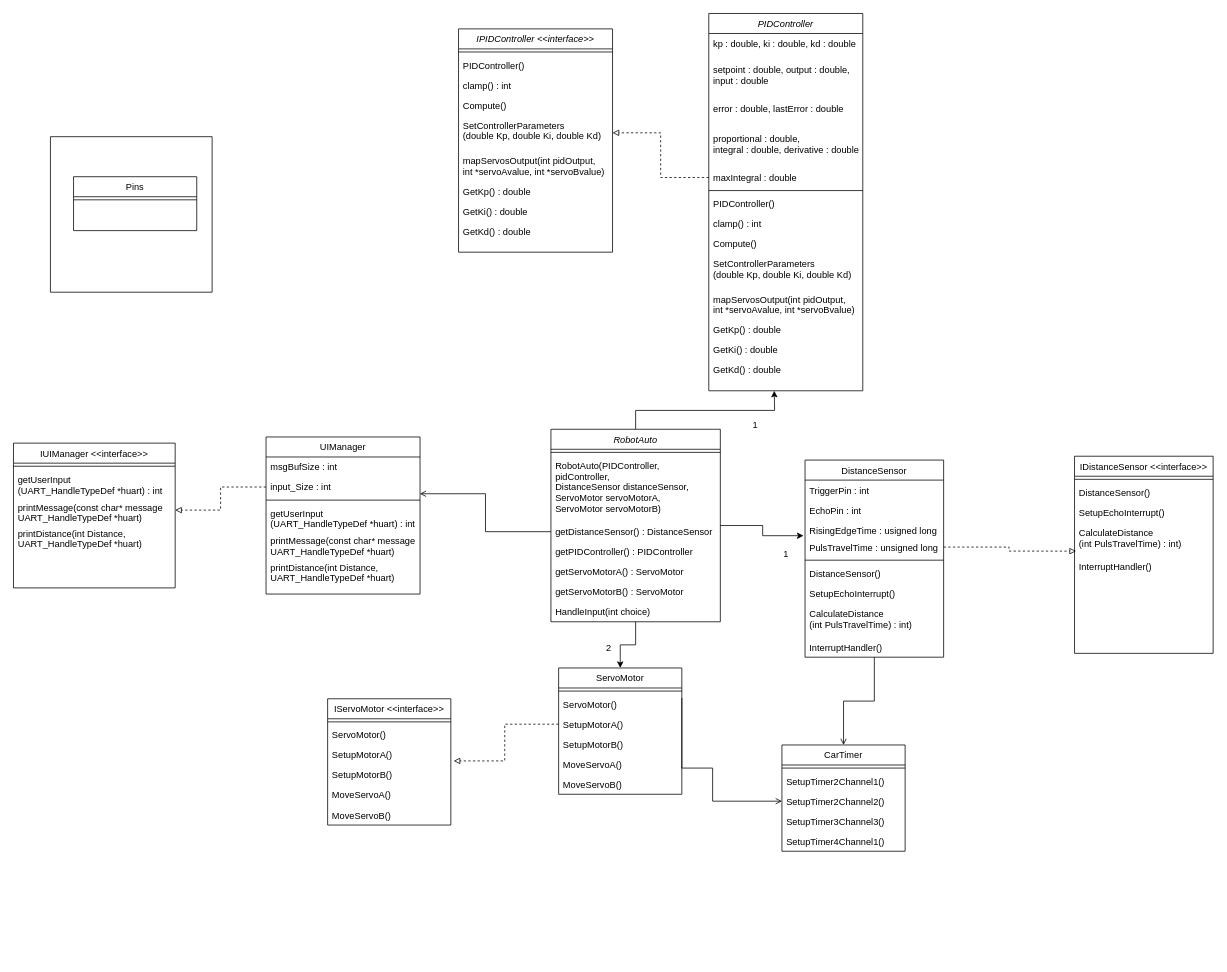
Above: Embedded systems/Closed loop challenge/Closed Loop abstractielaag klassendiagram.drawio in TiemonS/Tiemon-Steeghs-Semester-3-Repository (draw.io), before the change. Source tidied: cells renumbered, new cells numbered last; positions are measured from the earlier drawing's top-left corner, leaving out a move shared by most shapes. Both pictures are drawn from the tidied source at 77%, with x=0, y=0 at pixel (13, 13).
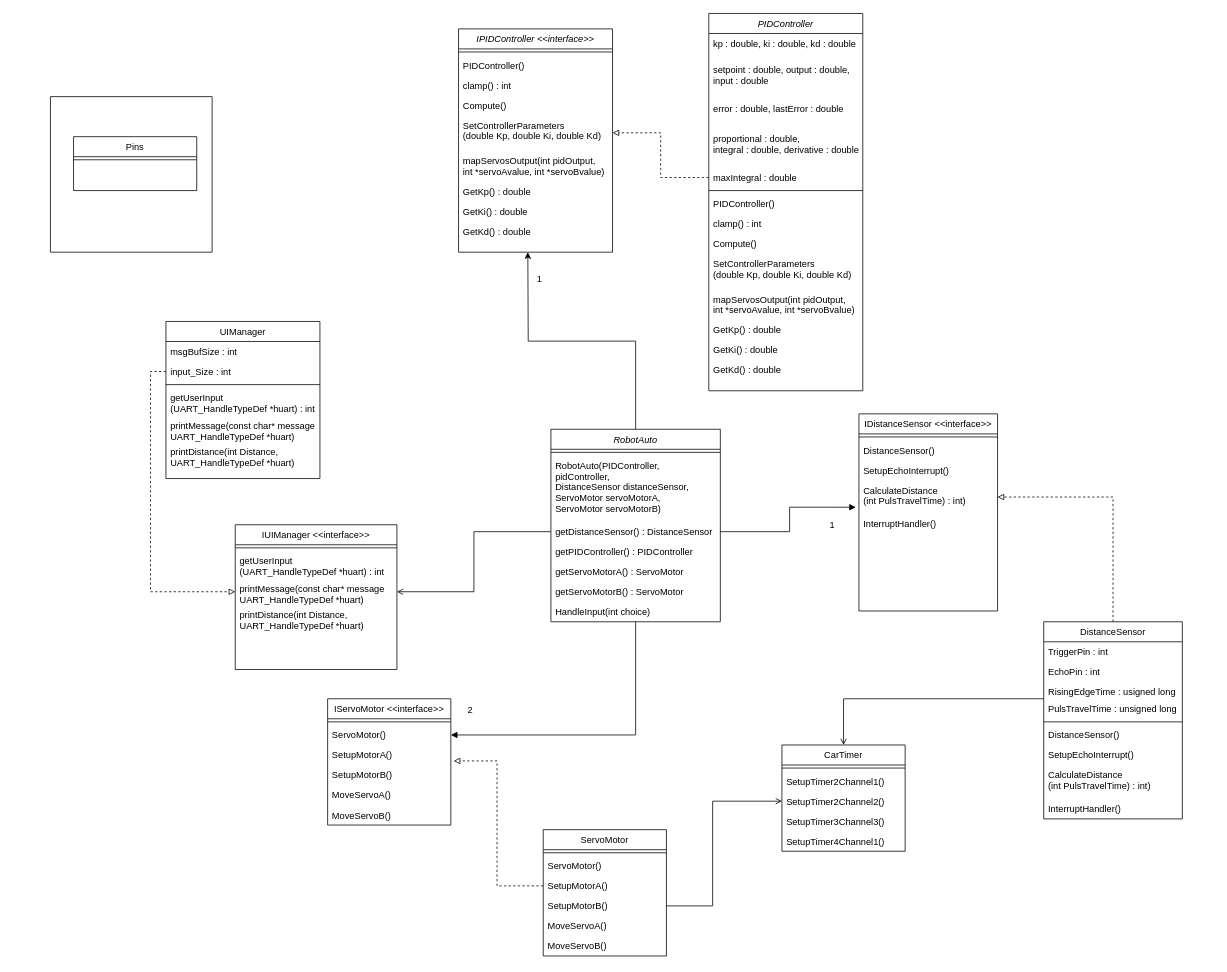
Above is the later version.

The change refers to these unchanged cells:
```xml
<mxCell id="21" value="SetupMotorB()" style="text;align=left;verticalAlign=top;spacingLeft=4;spacingRight=4;overflow=hidden;points=[[0,0.5],[1,0.5]];portConstraint=eastwest;" parent="17" vertex="1">
  <mxGeometry y="86" width="160" height="26" as="geometry" />
</mxCell>
<mxCell id="24" value="CarTimer" style="swimlane;fontStyle=0;align=center;verticalAlign=top;horizontal=1;startSize=26;rounded=0;shadow=0;strokeWidth=1;" parent="1" vertex="1">
  <mxGeometry x="998" y="950" width="160" height="138" as="geometry" />
</mxCell>
<mxCell id="27" value="SetupTimer2Channel2()" style="text;align=left;verticalAlign=top;spacingLeft=4;spacingRight=4;overflow=hidden;points=[[0,0.5],[1,0.5]];portConstraint=eastwest;" parent="24" vertex="1">
  <mxGeometry y="60" width="160" height="26" as="geometry" />
</mxCell>
<mxCell id="35" value="PulsTravelTime : unsigned long" style="text;align=left;verticalAlign=top;spacingLeft=4;spacingRight=4;overflow=hidden;points=[[0,0.5],[1,0.5]];portConstraint=eastwest;rounded=0;shadow=0;html=0;" parent="31" vertex="1">
  <mxGeometry y="100" width="180" height="26" as="geometry" />
</mxCell>
<mxCell id="44" value="input_Size : int" style="text;align=left;verticalAlign=top;spacingLeft=4;spacingRight=4;overflow=hidden;points=[[0,0.5],[1,0.5]];portConstraint=eastwest;rounded=0;shadow=0;html=0;" parent="42" vertex="1">
  <mxGeometry y="52" width="200" height="26" as="geometry" />
</mxCell>
<mxCell id="51" value="RobotAuto" style="swimlane;fontStyle=2;align=center;verticalAlign=top;horizontal=1;startSize=26;rounded=0;shadow=0;strokeWidth=1;" parent="1" vertex="1">
  <mxGeometry x="698" y="540" width="220" height="250" as="geometry" />
</mxCell>
<mxCell id="54" value="getDistanceSensor() : DistanceSensor" style="text;align=left;verticalAlign=top;spacingLeft=4;spacingRight=4;overflow=hidden;points=[[0,0.5],[1,0.5]];portConstraint=eastwest;fontStyle=0;" parent="51" vertex="1">
  <mxGeometry y="120" width="220" height="26" as="geometry" />
</mxCell>
<mxCell id="66" value="printMessage(const char* message&#10;UART_HandleTypeDef *huart)" style="text;align=left;verticalAlign=top;spacingLeft=4;spacingRight=4;overflow=hidden;points=[[0,0.5],[1,0.5]];portConstraint=eastwest;" parent="63" vertex="1">
  <mxGeometry y="70" width="210" height="34" as="geometry" />
</mxCell>
<mxCell id="82" value="ServoMotor()" style="text;align=left;verticalAlign=top;spacingLeft=4;spacingRight=4;overflow=hidden;points=[[0,0.5],[1,0.5]];portConstraint=eastwest;fontStyle=0;" parent="80" vertex="1">
  <mxGeometry y="34" width="160" height="26" as="geometry" />
</mxCell>
<mxCell id="92" value="CalculateDistance&#10;(int PulsTravelTime) : int)" style="text;align=left;verticalAlign=top;spacingLeft=4;spacingRight=4;overflow=hidden;points=[[0,0.5],[1,0.5]];portConstraint=eastwest;" parent="88" vertex="1">
  <mxGeometry y="86" width="180" height="44" as="geometry" />
</mxCell>
<mxCell id="93" value="InterruptHandler()" style="text;align=left;verticalAlign=top;spacingLeft=4;spacingRight=4;overflow=hidden;points=[[0,0.5],[1,0.5]];portConstraint=eastwest;" parent="88" vertex="1">
  <mxGeometry y="130" width="180" height="26" as="geometry" />
</mxCell>
```

Diff of the diagram source:
```diff
@@
     <mxCell id="17" value="ServoMotor" style="swimlane;fontStyle=0;align=center;verticalAlign=top;horizontal=1;startSize=26;rounded=0;shadow=0;strokeWidth=1;" parent="1" vertex="1">
-      <mxGeometry x="708" y="850" width="160" height="164" as="geometry" />
+      <mxGeometry x="688" y="1060" width="160" height="164" as="geometry" />
     </mxCell>
@@
     <mxCell id="30" style="edgeStyle=orthogonalEdgeStyle;rounded=0;jettySize=auto;html=1;entryX=0.5;entryY=0;entryDx=0;entryDy=0;endArrow=open;endFill=0;" parent="1" edge="1" source="31" target="24">
-      <mxGeometry relative="1" as="geometry" />
+      <mxGeometry relative="1" as="geometry">
+        <Array as="points">
+          <mxPoint x="1078" y="890" />
+        </Array>
+      </mxGeometry>
     </mxCell>
     <mxCell id="31" value="DistanceSensor" style="swimlane;fontStyle=0;align=center;verticalAlign=top;horizontal=1;startSize=26;rounded=0;shadow=0;strokeWidth=1;" parent="1" vertex="1">
-      <mxGeometry x="1028" y="580" width="180" height="256" as="geometry" />
+      <mxGeometry x="1338" y="790" width="180" height="256" as="geometry" />
     </mxCell>
@@
-    <mxCell id="41" style="edgeStyle=orthogonalEdgeStyle;rounded=0;jettySize=auto;html=1;exitX=1;exitY=0.5;exitDx=0;exitDy=0;entryX=0;entryY=0.5;entryDx=0;entryDy=0;endArrow=open;endFill=0;" parent="1" edge="1" target="27">
+    <mxCell id="41" style="edgeStyle=orthogonalEdgeStyle;rounded=0;jettySize=auto;html=1;exitX=1;exitY=0.5;exitDx=0;exitDy=0;entryX=0;entryY=0.5;entryDx=0;entryDy=0;endArrow=open;endFill=0;" parent="1" edge="1" source="21" target="27">
       <mxGeometry relative="1" as="geometry">
-        <mxPoint x="868" y="889" as="sourcePoint" />
         <Array as="points">
-          <mxPoint x="868" y="980" />
-          <mxPoint x="908" y="980" />
+          <mxPoint x="908" y="1159" />
           <mxPoint x="908" y="1023" />
         </Array>
       </mxGeometry>
     </mxCell>
     <mxCell id="42" value="UIManager" style="swimlane;fontStyle=0;align=center;verticalAlign=top;horizontal=1;startSize=26;rounded=0;shadow=0;strokeWidth=1;" parent="1" vertex="1">
-      <mxGeometry x="328" y="550" width="200" height="204" as="geometry" />
+      <mxGeometry x="198" y="400" width="200" height="204" as="geometry" />
     </mxCell>
@@
     <mxCell id="49" style="edgeStyle=orthogonalEdgeStyle;rounded=0;jettySize=auto;html=1;exitX=0.5;exitY=0;exitDx=0;exitDy=0;" parent="1" edge="1" source="51">
       <mxGeometry relative="1" as="geometry">
-        <mxPoint x="988" y="490" as="targetPoint" />
+        <mxPoint x="668" y="310" as="targetPoint" />
       </mxGeometry>
     </mxCell>
-    <mxCell id="50" style="edgeStyle=orthogonalEdgeStyle;rounded=0;jettySize=auto;html=1;entryX=0.5;entryY=0;entryDx=0;entryDy=0;" parent="1" edge="1" source="51" target="17">
-      <mxGeometry relative="1" as="geometry" />
-    </mxCell>
+    <mxCell id="99" style="edgeStyle=orthogonalEdgeStyle;rounded=0;jettySize=auto;html=1;entryX=1;entryY=0.5;entryDx=0;entryDy=0;endArrow=block;endFill=1;" parent="1" edge="1" source="51" target="82">
+      <mxGeometry relative="1" as="geometry" />
+    </mxCell>
@@
-    <mxCell id="59" style="edgeStyle=orthogonalEdgeStyle;rounded=0;jettySize=auto;html=1;exitX=1;exitY=0.5;exitDx=0;exitDy=0;entryX=-0.011;entryY=-0.069;entryDx=0;entryDy=0;entryPerimeter=0;" parent="1" edge="1" source="51" target="35">
-      <mxGeometry relative="1" as="geometry" />
-    </mxCell>
     <mxCell id="60" value="2" style="text;html=1;align=center;verticalAlign=middle;strokeColor=none;fillColor=none;" parent="1" vertex="1">
-      <mxGeometry x="758" y="810" width="30" height="30" as="geometry" />
+      <mxGeometry x="578" y="890" width="30" height="30" as="geometry" />
     </mxCell>
     <mxCell id="61" value="1" style="text;html=1;align=center;verticalAlign=middle;strokeColor=none;fillColor=none;" parent="1" vertex="1">
-      <mxGeometry x="988" y="688" width="30" height="30" as="geometry" />
+      <mxGeometry x="1048" y="650" width="30" height="30" as="geometry" />
     </mxCell>
     <mxCell id="62" value="1" style="text;html=1;align=center;verticalAlign=middle;strokeColor=none;fillColor=none;" parent="1" vertex="1">
-      <mxGeometry x="948" y="520" width="30" height="30" as="geometry" />
+      <mxGeometry x="668" y="330" width="30" height="30" as="geometry" />
     </mxCell>
     <mxCell id="63" value="IUIManager &lt;&lt;interface&gt;&gt;" style="swimlane;fontStyle=0;align=center;verticalAlign=top;horizontal=1;startSize=26;rounded=0;shadow=0;strokeWidth=1;" parent="1" vertex="1">
-      <mxGeometry y="558" width="210" height="188" as="geometry" />
+      <mxGeometry x="288" y="664" width="210" height="188" as="geometry" />
     </mxCell>
@@
-    <mxCell id="68" style="edgeStyle=orthogonalEdgeStyle;rounded=0;jettySize=auto;html=1;exitX=0;exitY=0.5;exitDx=0;exitDy=0;entryX=1;entryY=0.5;entryDx=0;entryDy=0;dashed=1;endArrow=block;endFill=0;" parent="1" edge="1" source="44" target="66">
+    <mxCell id="68" style="edgeStyle=orthogonalEdgeStyle;rounded=0;jettySize=auto;html=1;exitX=0;exitY=0.5;exitDx=0;exitDy=0;entryX=0;entryY=0.5;entryDx=0;entryDy=0;dashed=1;endArrow=block;endFill=0;" parent="1" edge="1" source="44" target="66">
       <mxGeometry relative="1" as="geometry" />
     </mxCell>
@@
     <mxCell id="88" value="IDistanceSensor &lt;&lt;interface&gt;&gt;" style="swimlane;fontStyle=0;align=center;verticalAlign=top;horizontal=1;startSize=26;rounded=0;shadow=0;strokeWidth=1;" parent="1" vertex="1">
-      <mxGeometry x="1378" y="575" width="180" height="256" as="geometry" />
+      <mxGeometry x="1098" y="520" width="180" height="256" as="geometry" />
     </mxCell>
@@
-    <mxCell id="94" style="edgeStyle=orthogonalEdgeStyle;rounded=0;jettySize=auto;html=1;exitX=1;exitY=0.5;exitDx=0;exitDy=0;entryX=0.011;entryY=-0.26;entryDx=0;entryDy=0;entryPerimeter=0;dashed=1;endArrow=block;endFill=0;" parent="1" edge="1" source="35" target="93">
-      <mxGeometry relative="1" as="geometry" />
+    <mxCell id="94" style="edgeStyle=orthogonalEdgeStyle;rounded=0;jettySize=auto;html=1;exitX=0.5;exitY=0;exitDx=0;exitDy=0;dashed=1;endArrow=block;endFill=0;entryX=1;entryY=0.5;entryDx=0;entryDy=0;" parent="1" edge="1" source="31" target="92">
+      <mxGeometry relative="1" as="geometry">
+        <Array as="points">
+          <mxPoint x="1428" y="628" />
+        </Array>
+      </mxGeometry>
     </mxCell>
     <mxCell id="95" style="swimlane;startSize=0;" parent="1" vertex="1">
-      <mxGeometry x="48" y="160" width="210" height="202" as="geometry" />
+      <mxGeometry x="48" y="108" width="210" height="202" as="geometry" />
     </mxCell>
@@
-    <mxCell id="98" style="edgeStyle=orthogonalEdgeStyle;rounded=0;jettySize=auto;html=1;exitX=0;exitY=0.5;exitDx=0;exitDy=0;entryX=0.999;entryY=0.836;entryDx=0;entryDy=0;entryPerimeter=0;endArrow=open;endFill=0;" parent="1" edge="1" source="54" target="44">
-      <mxGeometry relative="1" as="geometry" />
-    </mxCell>
+    <mxCell id="100" style="edgeStyle=orthogonalEdgeStyle;rounded=0;jettySize=auto;html=1;exitX=0;exitY=0.5;exitDx=0;exitDy=0;entryX=1;entryY=0.5;entryDx=0;entryDy=0;endArrow=open;endFill=0;" parent="1" edge="1" source="54" target="66">
+      <mxGeometry relative="1" as="geometry" />
+    </mxCell>
+    <mxCell id="101" style="edgeStyle=orthogonalEdgeStyle;rounded=0;jettySize=auto;html=1;exitX=1;exitY=0.5;exitDx=0;exitDy=0;entryX=-0.022;entryY=0.801;entryDx=0;entryDy=0;entryPerimeter=0;endArrow=block;endFill=1;" parent="1" edge="1" source="54" target="92">
+      <mxGeometry relative="1" as="geometry" />
+    </mxCell>
```
